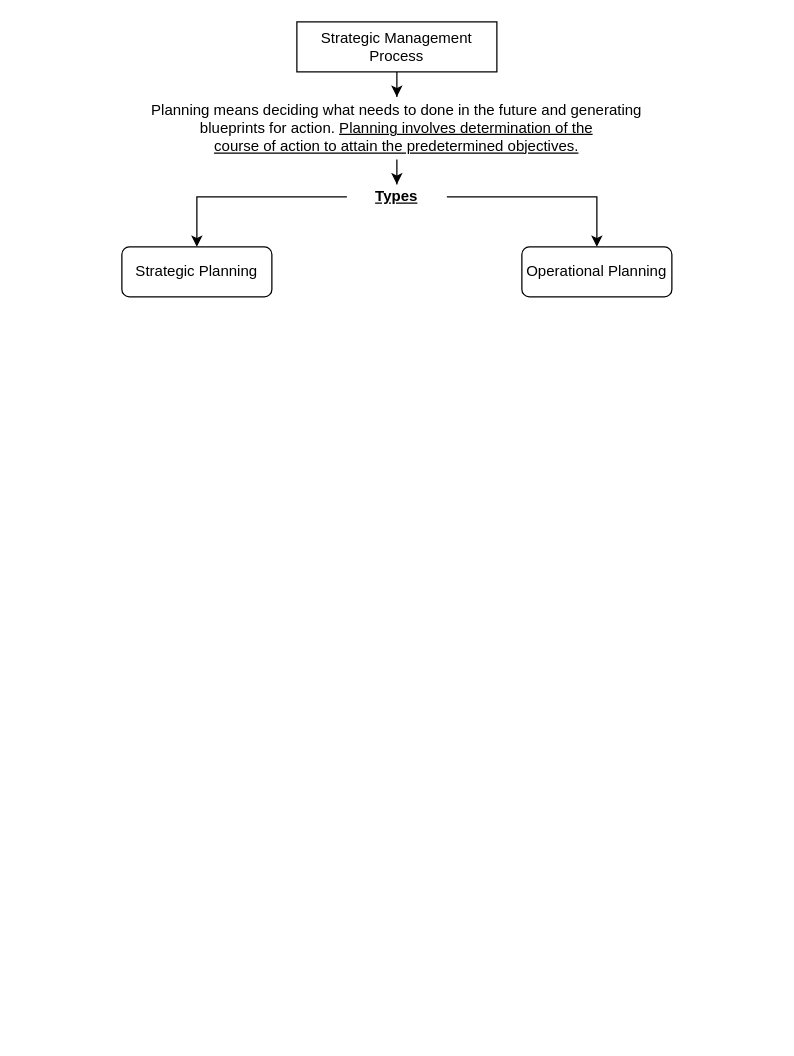
ShamanthMurali/INT-Strategic_Management keeps this draw.io diagram as C3: Strategic Management Process.drawio. Above is the earlier version. Source tidied: cells renumbered, new cells numbered last; positions are measured from the earlier drawing's top-left corner, leaving out a move shared by most shapes. Both pictures are drawn from the tidied source at 125%, with x=0, y=0 at pixel (121, 21).
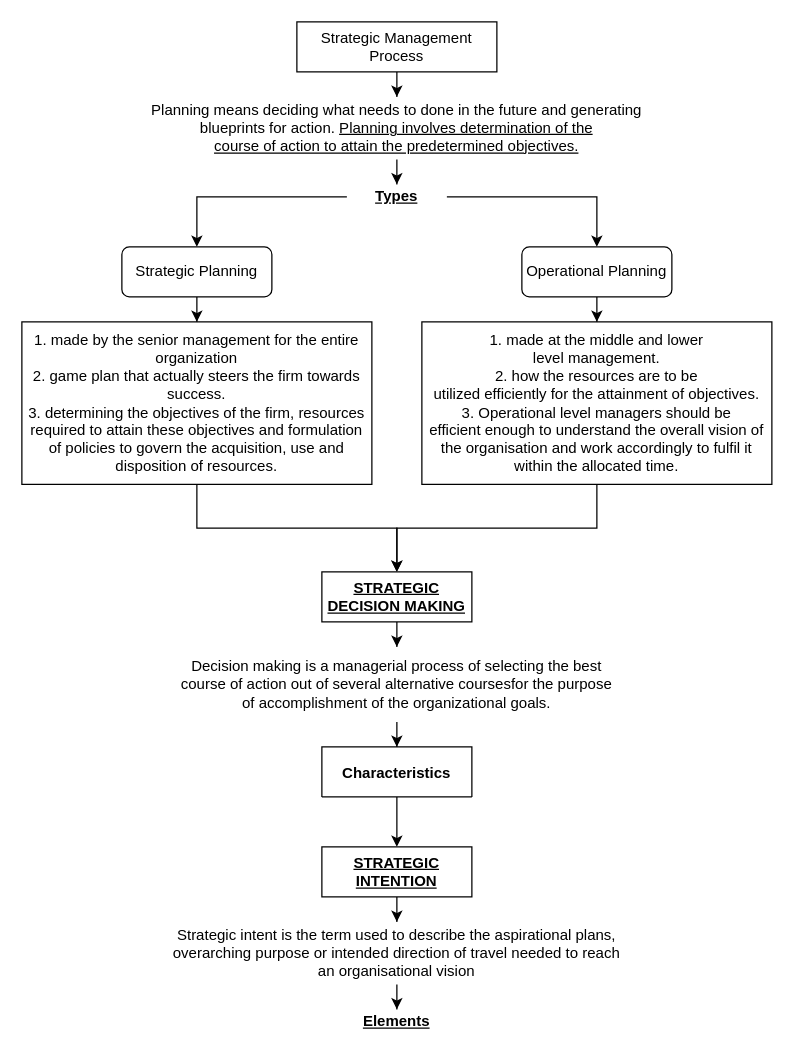
The same page after the edit.

Unchanged cells that the change refers to:
```xml
<mxCell id="9" value="Operational Planning" style="rounded=1;whiteSpace=wrap;html=1;" parent="1" vertex="1">
  <mxGeometry x="320" y="180" width="120" height="40" as="geometry" />
</mxCell>
<mxCell id="10" value="Strategic Planning" style="rounded=1;whiteSpace=wrap;html=1;" parent="1" vertex="1">
  <mxGeometry y="180" width="120" height="40" as="geometry" />
</mxCell>
```

Diff of the diagram source:
```diff
@@
+    <mxCell id="11" style="edgeStyle=orthogonalEdgeStyle;rounded=0;jettySize=auto;html=1;" parent="1" edge="1" source="9" target="16">
+      <mxGeometry relative="1" as="geometry" />
+    </mxCell>
@@
+    <mxCell id="12" style="edgeStyle=orthogonalEdgeStyle;rounded=0;jettySize=auto;html=1;" parent="1" edge="1" source="10" target="14">
+      <mxGeometry relative="1" as="geometry" />
+    </mxCell>
@@
+    <mxCell id="13" style="edgeStyle=orthogonalEdgeStyle;rounded=0;jettySize=auto;html=1;" parent="1" edge="1" source="14" target="18">
+      <mxGeometry relative="1" as="geometry" />
+    </mxCell>
+    <mxCell id="14" value="1.&amp;nbsp;&lt;span&gt;made by the senior management for the entire&lt;/span&gt;&lt;div&gt;organization&lt;/div&gt;&lt;div&gt;2.&amp;nbsp;&lt;span&gt;game plan that actually steers the firm towards&lt;/span&gt;&lt;/div&gt;&lt;div&gt;success.&lt;/div&gt;&lt;div&gt;3.&amp;nbsp;&lt;span&gt;determining the objectives of the firm, resources&lt;/span&gt;&lt;/div&gt;&lt;div&gt;required to attain these objectives and formulation of policies to govern&amp;nbsp;&lt;span&gt;the acquisition, use and disposition of resources.&lt;/span&gt;&lt;/div&gt;" style="rounded=0;whiteSpace=wrap;html=1;" parent="1" vertex="1">
+      <mxGeometry x="-80" y="240" width="280" height="130" as="geometry" />
+    </mxCell>
+    <mxCell id="15" style="edgeStyle=orthogonalEdgeStyle;rounded=0;jettySize=auto;html=1;" parent="1" edge="1" source="16" target="18">
+      <mxGeometry relative="1" as="geometry" />
+    </mxCell>
+    <mxCell id="16" value="1.&amp;nbsp;&lt;span&gt;made at the middle and lower&lt;/span&gt;&lt;div&gt;level management.&lt;/div&gt;&lt;div&gt;2.&amp;nbsp;&lt;span&gt;how the resources are to be&lt;/span&gt;&lt;/div&gt;&lt;div&gt;utilized efficiently for the attainment of objectives.&lt;/div&gt;&lt;div&gt;3.&amp;nbsp;&lt;span&gt;Operational level managers should be&lt;/span&gt;&lt;/div&gt;&lt;div&gt;efficient enough to understand the overall vision of the organisation and&amp;nbsp;&lt;span&gt;work accordingly to fulfil it within the allocated time.&lt;/span&gt;&lt;/div&gt;" style="rounded=0;whiteSpace=wrap;html=1;" parent="1" vertex="1">
+      <mxGeometry x="240" y="240" width="280" height="130" as="geometry" />
+    </mxCell>
+    <mxCell id="17" style="edgeStyle=orthogonalEdgeStyle;rounded=0;jettySize=auto;html=1;" parent="1" edge="1" source="18" target="20">
+      <mxGeometry relative="1" as="geometry" />
+    </mxCell>
+    <mxCell id="18" value="STRATEGIC DECISION MAKING" style="rounded=0;whiteSpace=wrap;html=1;fontStyle=5;" parent="1" vertex="1">
+      <mxGeometry x="160" y="440" width="120" height="40" as="geometry" />
+    </mxCell>
+    <mxCell id="19" style="edgeStyle=orthogonalEdgeStyle;rounded=0;jettySize=auto;html=1;" parent="1" edge="1" source="20" target="22">
+      <mxGeometry relative="1" as="geometry" />
+    </mxCell>
+    <mxCell id="20" value="&lt;div&gt;Decision making is a managerial process of selecting the best course of action&amp;nbsp;&lt;span&gt;out of several alternative coursesfor the purpose of accomplishment of the&amp;nbsp;&lt;/span&gt;&lt;span&gt;organizational goals.&lt;/span&gt;&lt;/div&gt;" style="text;html=1;strokeColor=none;fillColor=none;align=center;verticalAlign=middle;whiteSpace=wrap;rounded=0;" parent="1" vertex="1">
+      <mxGeometry x="40" y="500" width="360" height="60" as="geometry" />
+    </mxCell>
+    <mxCell id="21" style="edgeStyle=orthogonalEdgeStyle;rounded=0;jettySize=auto;html=1;" parent="1" edge="1" source="22" target="24">
+      <mxGeometry relative="1" as="geometry" />
+    </mxCell>
+    <mxCell id="22" value="Characteristics" style="swimlane;startSize=40;" parent="1" vertex="1" collapsed="1">
+      <mxGeometry x="160" y="580" width="120" height="40" as="geometry" />
+    </mxCell>
+    <mxCell id="23" style="edgeStyle=orthogonalEdgeStyle;rounded=0;jettySize=auto;html=1;" parent="1" edge="1" source="24" target="26">
+      <mxGeometry relative="1" as="geometry" />
+    </mxCell>
+    <mxCell id="24" value="STRATEGIC INTENTION" style="rounded=0;whiteSpace=wrap;html=1;fontStyle=5;" parent="1" vertex="1">
+      <mxGeometry x="160" y="660" width="120" height="40" as="geometry" />
+    </mxCell>
+    <mxCell id="25" style="edgeStyle=orthogonalEdgeStyle;rounded=0;jettySize=auto;html=1;" parent="1" edge="1" source="26" target="27">
+      <mxGeometry relative="1" as="geometry" />
+    </mxCell>
+    <mxCell id="26" value="Strategic intent is the term used to describe the aspirational plans, overarching purpose or intended direction of travel needed to reach an organisational vision" style="text;html=1;strokeColor=none;fillColor=none;align=center;verticalAlign=middle;whiteSpace=wrap;rounded=0;" parent="1" vertex="1">
+      <mxGeometry x="40" y="720" width="360" height="50" as="geometry" />
+    </mxCell>
+    <mxCell id="27" value="&lt;b&gt;&lt;u&gt;Elements&lt;/u&gt;&lt;/b&gt;" style="text;html=1;strokeColor=none;fillColor=none;align=center;verticalAlign=middle;whiteSpace=wrap;rounded=0;" parent="1" vertex="1">
+      <mxGeometry x="160" y="790" width="120" height="20" as="geometry" />
+    </mxCell>
```
